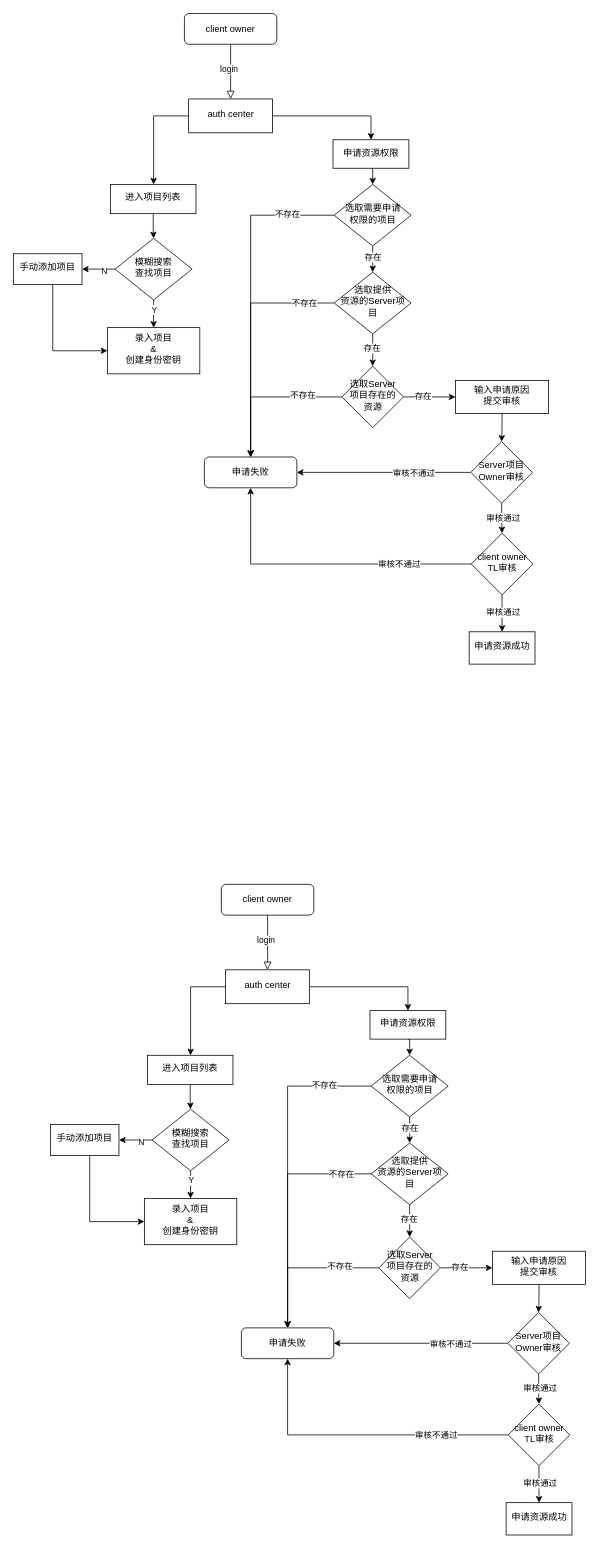
Earlier version of the draw.io diagram 鉴权中心-client owner与authcenter流程图.drawio (gitcodeporter/draw-uml). Source tidied: cells renumbered, new cells numbered last; positions are measured from the earlier drawing's top-left corner, leaving out a move shared by most shapes. Both pictures are drawn from the tidied source at 77%, with x=0, y=0 at pixel (13, 13).
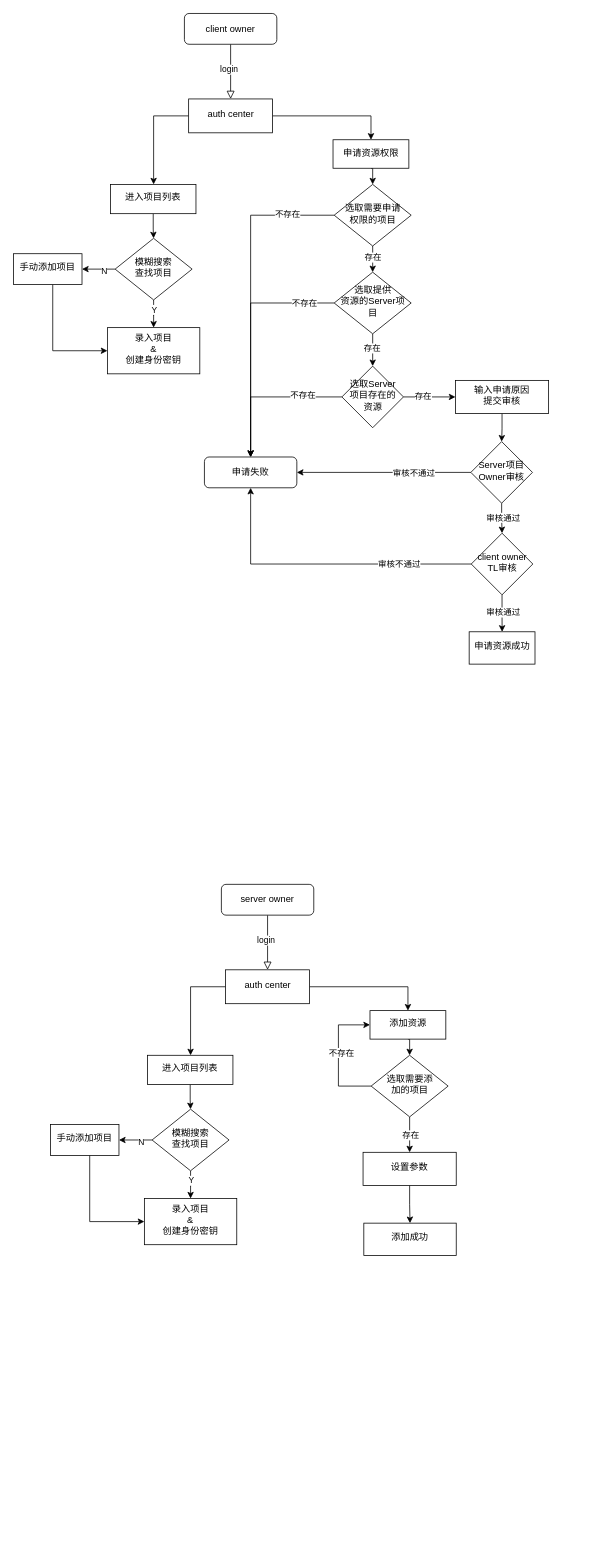
Above is the later version.

Commit message (it also covers changes not shown here):
更新鉴权中心-client owner与authcenter流程图.drawio

Diff of the diagram source:
```diff
@@
-    <mxCell id="51" value="client owner" style="rounded=1;whiteSpace=wrap;html=1;fontSize=12;glass=0;strokeWidth=1;shadow=0;" parent="1" vertex="1">
+    <mxCell id="51" value="server owner" style="rounded=1;whiteSpace=wrap;html=1;fontSize=12;glass=0;strokeWidth=1;shadow=0;" parent="1" vertex="1">
       <mxGeometry x="270" y="1131" width="120" height="40" as="geometry" />
     </mxCell>
-    <mxCell id="52" style="edgeStyle=orthogonalEdgeStyle;rounded=0;jettySize=auto;html=1;entryX=0.5;entryY=0;entryDx=0;entryDy=0;" parent="1" edge="1" source="56" target="62">
-      <mxGeometry relative="1" as="geometry" />
-    </mxCell>
-    <mxCell id="53" value="不存在" style="edgeLabel;html=1;align=center;verticalAlign=middle;" parent="52" vertex="1">
-      <mxGeometry x="-0.68" y="-2" relative="1" as="geometry">
-        <mxPoint x="10" y="2" as="offset" />
-      </mxGeometry>
-    </mxCell>
-    <mxCell id="54" style="edgeStyle=orthogonalEdgeStyle;rounded=0;jettySize=auto;html=1;" parent="1" edge="1" source="56" target="88">
-      <mxGeometry relative="1" as="geometry" />
-    </mxCell>
-    <mxCell id="55" value="存在" style="edgeLabel;html=1;align=center;verticalAlign=middle;" parent="54" vertex="1">
-      <mxGeometry x="-0.14" y="-1" relative="1" as="geometry" />
-    </mxCell>
-    <mxCell id="56" value="选取提供&lt;br&gt;资源的Server项目" style="rhombus;whiteSpace=wrap;html=1;shadow=0;fontFamily=Helvetica;fontSize=12;align=center;strokeWidth=1;spacing=6;spacingTop=-4;" parent="1" vertex="1">
-      <mxGeometry x="464.5" y="1467" width="100" height="80" as="geometry" />
-    </mxCell>
@@
-    <mxCell id="62" value="申请失败" style="rounded=1;whiteSpace=wrap;html=1;fontSize=12;glass=0;strokeWidth=1;shadow=0;" parent="1" vertex="1">
-      <mxGeometry x="296" y="1707" width="120" height="40" as="geometry" />
-    </mxCell>
-    <mxCell id="63" style="edgeStyle=orthogonalEdgeStyle;rounded=0;jettySize=auto;html=1;exitX=0.5;exitY=1;exitDx=0;exitDy=0;entryX=0.5;entryY=0;entryDx=0;entryDy=0;" parent="1" edge="1" source="67" target="56">
+    <mxCell id="63" style="edgeStyle=orthogonalEdgeStyle;rounded=0;jettySize=auto;html=1;exitX=0.5;exitY=1;exitDx=0;exitDy=0;entryX=0.5;entryY=0;entryDx=0;entryDy=0;" parent="1" edge="1" source="67" target="72">
       <mxGeometry relative="1" as="geometry" />
     </mxCell>
-    <mxCell id="64" value="存在" style="edgeLabel;html=1;align=center;verticalAlign=middle;" parent="63" vertex="1">
-      <mxGeometry x="-0.18" relative="1" as="geometry" />
-    </mxCell>
-    <mxCell id="65" style="edgeStyle=orthogonalEdgeStyle;rounded=0;jettySize=auto;html=1;entryX=0.5;entryY=0;entryDx=0;entryDy=0;" parent="1" edge="1" source="67" target="62">
-      <mxGeometry relative="1" as="geometry" />
-    </mxCell>
-    <mxCell id="66" value="不存在" style="edgeLabel;html=1;align=center;verticalAlign=middle;" parent="65" vertex="1">
-      <mxGeometry x="-0.71" y="-2" relative="1" as="geometry" />
-    </mxCell>
+    <mxCell id="96" value="存在" style="edgeLabel;html=1;align=center;verticalAlign=middle;" parent="63" vertex="1">
+      <mxGeometry x="0.02" y="1" relative="1" as="geometry" />
+    </mxCell>
+    <mxCell id="97" style="edgeStyle=orthogonalEdgeStyle;rounded=0;jettySize=auto;html=1;exitX=0;exitY=0.5;exitDx=0;exitDy=0;entryX=0;entryY=0.5;entryDx=0;entryDy=0;" parent="1" edge="1" source="67" target="93">
+      <mxGeometry relative="1" as="geometry">
+        <Array as="points">
+          <mxPoint x="422" y="1393" />
+          <mxPoint x="422" y="1314" />
+        </Array>
+      </mxGeometry>
+    </mxCell>
+    <mxCell id="98" value="不存在" style="edgeLabel;html=1;align=center;verticalAlign=middle;" parent="97" vertex="1">
+      <mxGeometry x="0.05" y="-3" relative="1" as="geometry" />
+    </mxCell>
-    <mxCell id="67" value="选取需要申请&lt;br&gt;权限的项目" style="rhombus;whiteSpace=wrap;html=1;shadow=0;fontFamily=Helvetica;fontSize=12;align=center;strokeWidth=1;spacing=6;spacingTop=-4;" parent="1" vertex="1">
+    <mxCell id="67" value="选取需要添&lt;br&gt;加的项目" style="rhombus;whiteSpace=wrap;html=1;shadow=0;fontFamily=Helvetica;fontSize=12;align=center;strokeWidth=1;spacing=6;spacingTop=-4;" parent="1" vertex="1">
       <mxGeometry x="464.5" y="1353" width="100" height="80" as="geometry" />
     </mxCell>
@@
-    <mxCell id="71" style="edgeStyle=orthogonalEdgeStyle;rounded=0;jettySize=auto;html=1;exitX=0.5;exitY=1;exitDx=0;exitDy=0;" parent="1" edge="1" source="72" target="77">
-      <mxGeometry relative="1" as="geometry" />
-    </mxCell>
+    <mxCell id="99" style="edgeStyle=orthogonalEdgeStyle;rounded=0;jettySize=auto;html=1;entryX=0.5;entryY=0;entryDx=0;entryDy=0;" parent="1" edge="1" source="72" target="83">
+      <mxGeometry relative="1" as="geometry" />
+    </mxCell>
-    <mxCell id="72" value="输入申请原因&lt;br&gt;提交审核" style="whiteSpace=wrap;html=1;shadow=0;strokeWidth=1;spacing=6;spacingTop=-4;" parent="1" vertex="1">
-      <mxGeometry x="622" y="1607.5" width="121" height="43" as="geometry" />
+    <mxCell id="72" value="设置参数" style="whiteSpace=wrap;html=1;shadow=0;strokeWidth=1;spacing=6;spacingTop=-4;" parent="1" vertex="1">
+      <mxGeometry x="454" y="1479" width="121" height="43" as="geometry" />
     </mxCell>
-    <mxCell id="73" style="edgeStyle=orthogonalEdgeStyle;rounded=0;jettySize=auto;html=1;" parent="1" edge="1" source="77" target="82">
-      <mxGeometry relative="1" as="geometry" />
-    </mxCell>
-    <mxCell id="74" value="审核通过" style="edgeLabel;html=1;align=center;verticalAlign=middle;" parent="73" vertex="1">
-      <mxGeometry x="-0.07" y="1" relative="1" as="geometry" />
-    </mxCell>
-    <mxCell id="75" style="edgeStyle=orthogonalEdgeStyle;rounded=0;jettySize=auto;html=1;exitX=0;exitY=0.5;exitDx=0;exitDy=0;entryX=1;entryY=0.5;entryDx=0;entryDy=0;" parent="1" edge="1" source="77" target="62">
-      <mxGeometry relative="1" as="geometry" />
-    </mxCell>
-    <mxCell id="76" value="审核不通过" style="edgeLabel;html=1;align=center;verticalAlign=middle;" parent="75" vertex="1">
-      <mxGeometry x="-0.34" relative="1" as="geometry" />
-    </mxCell>
-    <mxCell id="77" value="Server项目Owner审核" style="rhombus;whiteSpace=wrap;html=1;shadow=0;strokeWidth=1;spacing=6;spacingTop=-4;" parent="1" vertex="1">
-      <mxGeometry x="642" y="1687" width="80" height="80" as="geometry" />
-    </mxCell>
-    <mxCell id="78" style="edgeStyle=orthogonalEdgeStyle;rounded=0;jettySize=auto;html=1;entryX=0.5;entryY=1;entryDx=0;entryDy=0;" parent="1" edge="1" source="82" target="62">
-      <mxGeometry relative="1" as="geometry" />
-    </mxCell>
-    <mxCell id="79" value="审核不通过" style="edgeLabel;html=1;align=center;verticalAlign=middle;" parent="78" vertex="1">
-      <mxGeometry x="-0.51" relative="1" as="geometry" />
-    </mxCell>
-    <mxCell id="80" style="edgeStyle=orthogonalEdgeStyle;rounded=0;jettySize=auto;html=1;" parent="1" edge="1" source="82" target="83">
-      <mxGeometry relative="1" as="geometry" />
-    </mxCell>
-    <mxCell id="81" value="审核通过" style="edgeLabel;html=1;align=center;verticalAlign=middle;" parent="80" vertex="1">
-      <mxGeometry x="-0.09" y="1" relative="1" as="geometry" />
-    </mxCell>
-    <mxCell id="82" value="client owner TL审核" style="rhombus;whiteSpace=wrap;html=1;shadow=0;strokeWidth=1;spacing=6;spacingTop=-4;" parent="1" vertex="1">
-      <mxGeometry x="642.5" y="1806" width="80" height="80" as="geometry" />
-    </mxCell>
-    <mxCell id="83" value="申请资源成功" style="whiteSpace=wrap;html=1;shadow=0;strokeWidth=1;spacing=6;spacingTop=-4;" parent="1" vertex="1">
-      <mxGeometry x="639.8" y="1934" width="85.5" height="42" as="geometry" />
+    <mxCell id="83" value="添加成功" style="whiteSpace=wrap;html=1;shadow=0;strokeWidth=1;spacing=6;spacingTop=-4;" parent="1" vertex="1">
+      <mxGeometry x="455" y="1571" width="120" height="42" as="geometry" />
     </mxCell>
-    <mxCell id="84" style="edgeStyle=orthogonalEdgeStyle;rounded=0;jettySize=auto;html=1;entryX=0.5;entryY=0;entryDx=0;entryDy=0;" parent="1" edge="1" source="88" target="62">
-      <mxGeometry relative="1" as="geometry" />
-    </mxCell>
-    <mxCell id="85" value="不存在" style="edgeLabel;html=1;align=center;verticalAlign=middle;" parent="84" vertex="1">
-      <mxGeometry x="-0.66" y="-3" relative="1" as="geometry">
-        <mxPoint x="-18" as="offset" />
-      </mxGeometry>
-    </mxCell>
-    <mxCell id="86" style="edgeStyle=orthogonalEdgeStyle;rounded=0;jettySize=auto;html=1;exitX=1;exitY=0.5;exitDx=0;exitDy=0;entryX=0;entryY=0.5;entryDx=0;entryDy=0;" parent="1" edge="1" source="88" target="72">
-      <mxGeometry relative="1" as="geometry" />
-    </mxCell>
-    <mxCell id="87" value="存在" style="edgeLabel;html=1;align=center;verticalAlign=middle;" parent="86" vertex="1">
-      <mxGeometry x="-0.26" y="2" relative="1" as="geometry" />
-    </mxCell>
-    <mxCell id="88" value="选取Server项目存在的资源" style="rhombus;whiteSpace=wrap;html=1;shadow=0;strokeWidth=1;spacing=6;spacingTop=-4;" parent="1" vertex="1">
-      <mxGeometry x="474.5" y="1589" width="80" height="80" as="geometry" />
-    </mxCell>
@@
-    <mxCell id="93" value="申请资源权限" style="whiteSpace=wrap;html=1;shadow=0;strokeWidth=1;spacing=6;spacingTop=-4;" parent="1" vertex="1">
+    <mxCell id="93" value="添加资源" style="whiteSpace=wrap;html=1;shadow=0;strokeWidth=1;spacing=6;spacingTop=-4;" parent="1" vertex="1">
       <mxGeometry x="463" y="1295" width="98.5" height="37" as="geometry" />
     </mxCell>
```
